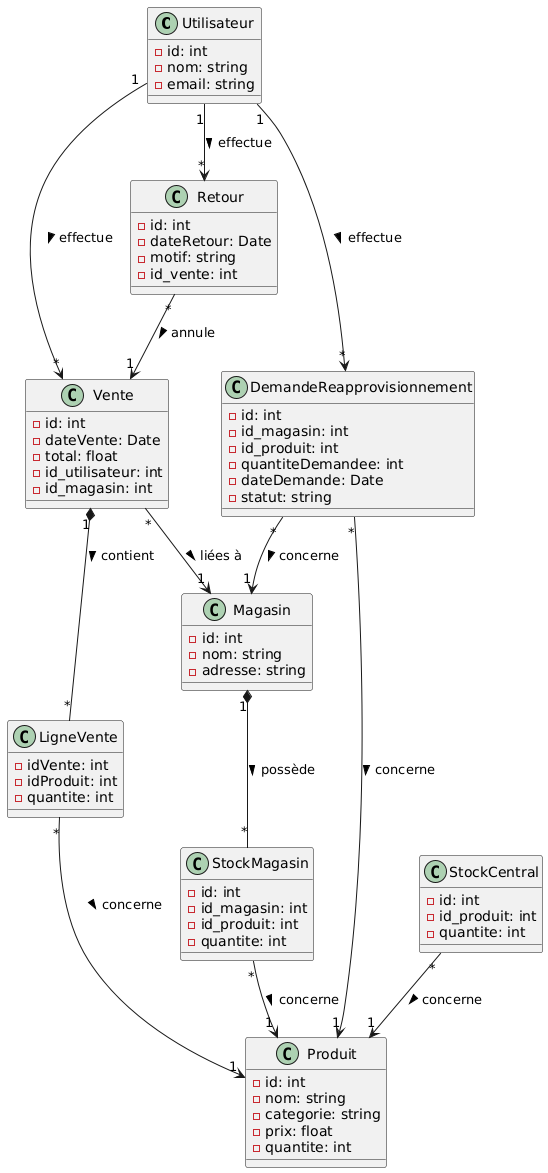
Before: img/DiagrammeClasses.png, a diagram exported from PlantUML (Anass1707/LOG430-labos).
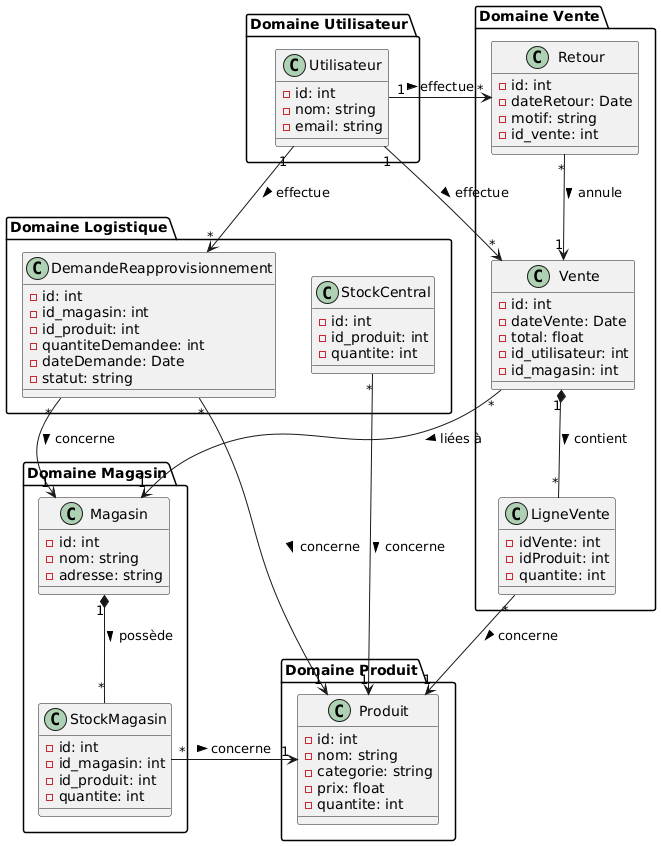
After the change.

Commit message:
modifications des diagrammes de classe et composants + creation du rapport arc42

Diff of the diagram source:
```diff
@@ -1,76 +1,84 @@
 @startuml
-class Utilisateur {
+package "Domaine Utilisateur" {
+  class Utilisateur {
   - id: int
   - nom: string
   - email: string
+  }
 }
 
-class Produit {
-  - id: int
-  - nom: string
-  - categorie: string
-  - prix: float
-  - quantite: int
+package "Domaine Produit" {
+  class Produit {
+    - id: int
+    - nom: string
+    - categorie: string
+    - prix: float
+    - quantite: int
+  }
+}
+package "Domaine Magasin" {
+  class Magasin {
+    - id: int
+    - nom: string
+    - adresse: string
+  }
+
+  class StockMagasin {
+    - id: int
+    - id_magasin: int
+    - id_produit: int
+    - quantite: int
+  }
 }
 
-class Magasin {
-  - id: int
-  - nom: string
-  - adresse: string
+package "Domaine Vente" {
+  class Vente {
+    - id: int
+    - dateVente: Date
+    - total: float
+    - id_utilisateur: int
+    - id_magasin: int
+  }
+
+  class LigneVente {
+    - idVente: int
+    - idProduit: int
+    - quantite: int
+  }
+  class Retour {
+    - id: int
+    - dateRetour: Date
+    - motif: string
+    - id_vente: int
+  }
 }
 
-class Vente {
-  - id: int
-  - dateVente: Date
-  - total: float
-  - id_utilisateur: int
-  - id_magasin: int
+package "Domaine Logistique" {
+  class StockCentral {
+    - id: int
+    - id_produit: int
+    - quantite: int
+  }
+
+  class DemandeReapprovisionnement {
+    - id: int
+    - id_magasin: int
+    - id_produit: int
+    - quantiteDemandee: int
+    - dateDemande: Date
+    - statut: string
+  }
 }
 
-class LigneVente {
-  - idVente: int
-  - idProduit: int
-  - quantite: int
-}
-
-class Retour {
-  - id: int
-  - dateRetour: Date
-  - motif: string
-  - id_vente: int
-}
-
-class StockMagasin {
-  - id: int
-  - id_magasin: int
-  - id_produit: int
-  - quantite: int
-}
-
-class StockCentral {
-  - id: int
-  - id_produit: int
-  - quantite: int
-}
-
-class DemandeReapprovisionnement {
-  - id: int
-  - id_magasin: int
-  - id_produit: int
-  - quantiteDemandee: int
-  - dateDemande: Date
-  - statut: string
-}
-
-Utilisateur "1" --> "*" Vente : effectue >
-Utilisateur "1" --> "*" Retour : effectue >
+Utilisateur "1" -right-> "*" Vente : effectue >
+Utilisateur "1" -right-> "*" Retour : effectue >
 Utilisateur "1" --> "*" DemandeReapprovisionnement : effectue >
 Vente "1" *-- "*" LigneVente : contient >
 LigneVente "*" --> "1" Produit : concerne >
 Vente "*" --> "1" Magasin : liées à >
 Retour "*" --> "1" Vente : annule >
 Magasin "1" *-- "*" StockMagasin : possède >
-StockMagasin "*" --> "1" Produit : concerne >
+StockMagasin "*" -right-> "1" Produit : concerne >
 StockCentral "*" --> "1" Produit : concerne >
 DemandeReapprovisionnement "*" --> "1" Magasin : concerne >
 DemandeReapprovisionnement "*" --> "1" Produit : concerne >
```
